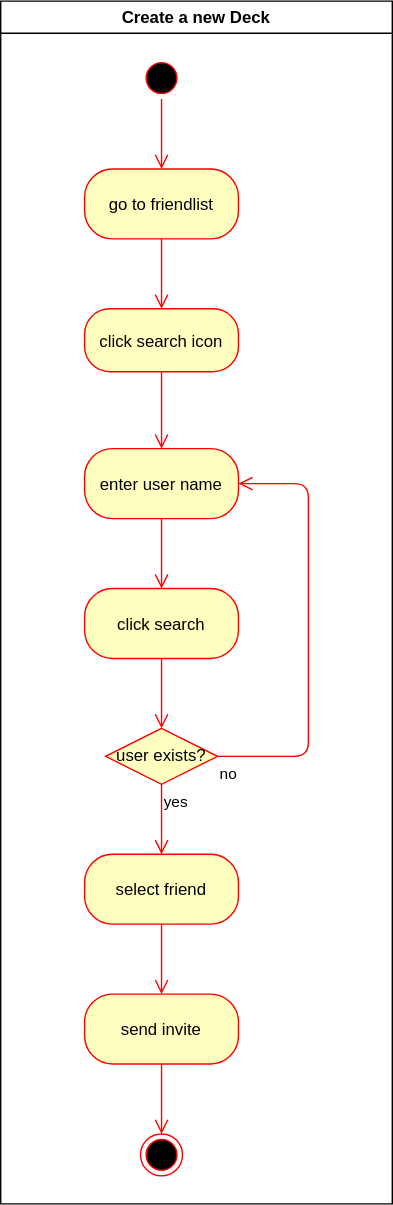
Above: diagrams/activity_invite_friend.drawio.svg in i3ene/decksterous (draw.io), before the change. Source tidied: cells renumbered, new cells last; positions are measured from the earlier drawing's top-left corner, leaving out a move shared by most shapes. Its diagram source:
```xml
<mxGraphModel background="#ffffff">
  <root>
    <mxCell id="0" />
    <mxCell id="1" parent="0" />
    <mxCell id="2" value="Create a new Deck" style="swimlane;whiteSpace=wrap;swimlaneLine=1;" parent="1" vertex="1">
      <mxGeometry width="280" height="860" as="geometry" />
    </mxCell>
    <mxCell id="3" style="ellipse;shape=startState;fillColor=#000000;strokeColor=#ff0000;" parent="2" vertex="1">
      <mxGeometry x="100" y="40" width="30" height="30" as="geometry" />
    </mxCell>
    <mxCell id="4" value="go to friendlist" style="perimeter=rectanglePerimeter;fillColor=#ffffc0;strokeColor=#ff0000;fontColor=#000000;rounded=1;arcSize=40;" parent="2" vertex="1">
      <mxGeometry x="60" y="120" width="110" height="50" as="geometry" />
    </mxCell>
    <mxCell id="5" value="click search icon" style="perimeter=rectanglePerimeter;fillColor=#ffffc0;strokeColor=#ff0000;fontColor=#000000;rounded=1;arcSize=40;" parent="2" vertex="1">
      <mxGeometry x="60" y="220" width="110" height="45" as="geometry" />
    </mxCell>
    <mxCell id="6" value="enter user name" style="perimeter=rectanglePerimeter;fillColor=#ffffc0;strokeColor=#ff0000;fontColor=#000000;rounded=1;arcSize=40;" parent="2" vertex="1">
      <mxGeometry x="60" y="320" width="110" height="50" as="geometry" />
    </mxCell>
    <mxCell id="7" value="select friend" style="perimeter=rectanglePerimeter;fillColor=#ffffc0;strokeColor=#ff0000;fontColor=#000000;rounded=1;arcSize=40;" parent="2" vertex="1">
      <mxGeometry x="60" y="610" width="110" height="50" as="geometry" />
    </mxCell>
    <mxCell id="8" value="send invite" style="perimeter=rectanglePerimeter;fillColor=#ffffc0;strokeColor=#ff0000;fontColor=#000000;rounded=1;arcSize=40;" parent="2" vertex="1">
      <mxGeometry x="60" y="710" width="110" height="50" as="geometry" />
    </mxCell>
    <mxCell id="9" style="edgeStyle=orthogonalEdgeStyle;html=1;align=left;verticalAlign=top;endArrow=open;endSize=8;strokeColor=#ff0000;exitX=0.5;exitY=1;exitDx=0;exitDy=0;entryX=0.5;entryY=0;entryDx=0;entryDy=0;" parent="2" edge="1" source="8" target="14">
      <mxGeometry x="-1" relative="1" as="geometry" />
    </mxCell>
    <mxCell id="10" style="edgeStyle=orthogonalEdgeStyle;html=1;align=left;verticalAlign=top;endArrow=open;endSize=8;strokeColor=#ff0000;entryX=0.5;entryY=0;entryDx=0;entryDy=0;exitX=0.5;exitY=1;exitDx=0;exitDy=0;" parent="2" edge="1" source="6" target="16">
      <mxGeometry x="-1" relative="1" as="geometry" />
    </mxCell>
    <mxCell id="11" style="edgeStyle=orthogonalEdgeStyle;html=1;align=left;verticalAlign=top;endArrow=open;endSize=8;strokeColor=#ff0000;entryX=0.5;entryY=0;entryDx=0;entryDy=0;exitX=0.5;exitY=1;exitDx=0;exitDy=0;" parent="2" edge="1" source="5" target="6">
      <mxGeometry x="-1" relative="1" as="geometry" />
    </mxCell>
    <mxCell id="12" style="edgeStyle=orthogonalEdgeStyle;html=1;align=left;verticalAlign=top;endArrow=open;endSize=8;strokeColor=#ff0000;entryX=0.5;entryY=0;entryDx=0;entryDy=0;" parent="2" edge="1" source="4" target="5">
      <mxGeometry x="-1" relative="1" as="geometry" />
    </mxCell>
    <mxCell id="13" style="edgeStyle=orthogonalEdgeStyle;html=1;align=left;verticalAlign=top;endArrow=open;endSize=8;strokeColor=#ff0000;exitX=0.5;exitY=1;exitDx=0;exitDy=0;entryX=0.5;entryY=0;entryDx=0;entryDy=0;" parent="2" edge="1" source="3" target="4">
      <mxGeometry x="-1" relative="1" as="geometry" />
    </mxCell>
    <mxCell id="14" style="ellipse;html=1;shape=endState;fillColor=#000000;strokeColor=#ff0000;" parent="2" vertex="1">
      <mxGeometry x="100" y="810" width="30" height="30" as="geometry" />
    </mxCell>
    <mxCell id="15" style="edgeStyle=none;html=1;exitX=0.5;exitY=1;exitDx=0;exitDy=0;entryX=0.5;entryY=0;entryDx=0;entryDy=0;endArrow=open;align=left;verticalAlign=top;strokeColor=#ff0000;endSize=8;" parent="2" edge="1" source="16" target="17">
      <mxGeometry relative="1" as="geometry" />
    </mxCell>
    <mxCell id="16" value="click search" style="perimeter=rectanglePerimeter;fillColor=#ffffc0;strokeColor=#ff0000;fontColor=#000000;rounded=1;arcSize=40;" parent="2" vertex="1">
      <mxGeometry x="60" y="420" width="110" height="50" as="geometry" />
    </mxCell>
    <mxCell id="17" value="user exists?" style="rhombus;whiteSpace=wrap;html=1;fillColor=#ffffc0;strokeColor=#ff0000;" parent="2" vertex="1">
      <mxGeometry x="75" y="520" width="80" height="40" as="geometry" />
    </mxCell>
    <mxCell id="18" value="no" style="edgeStyle=orthogonalEdgeStyle;html=1;align=left;verticalAlign=top;endArrow=open;endSize=8;strokeColor=#ff0000;exitX=1;exitY=0.5;exitDx=0;exitDy=0;entryX=1;entryY=0.5;entryDx=0;entryDy=0;" parent="2" edge="1" source="17" target="6">
      <mxGeometry x="-1" relative="1" as="geometry">
        <Array as="points">
          <mxPoint x="220" y="540" />
          <mxPoint x="220" y="345" />
        </Array>
      </mxGeometry>
    </mxCell>
    <mxCell id="19" value="yes" style="edgeStyle=orthogonalEdgeStyle;html=1;align=left;verticalAlign=top;endArrow=open;endSize=8;strokeColor=#ff0000;exitX=0.5;exitY=1;exitDx=0;exitDy=0;entryX=0.5;entryY=0;entryDx=0;entryDy=0;" parent="2" edge="1" source="17" target="7">
      <mxGeometry x="-1" relative="1" as="geometry" />
    </mxCell>
    <mxCell id="20" style="edgeStyle=none;html=1;exitX=0.5;exitY=1;exitDx=0;exitDy=0;entryX=0.5;entryY=0;entryDx=0;entryDy=0;endArrow=open;align=left;verticalAlign=top;strokeColor=#ff0000;endSize=8;" parent="2" edge="1" source="7" target="8">
      <mxGeometry relative="1" as="geometry" />
    </mxCell>
  </root>
</mxGraphModel>
```
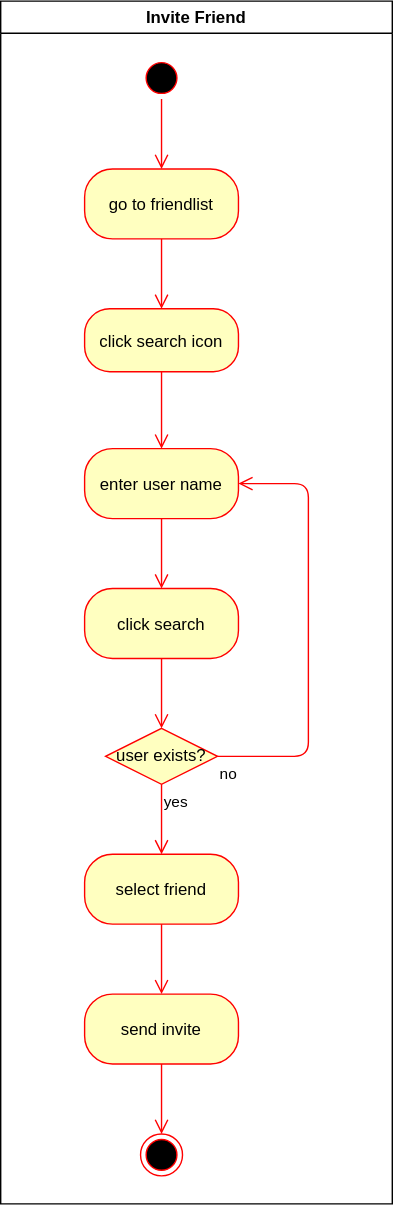
The same diagram one commit later.

Commit message:
Fixed spelling mistake

Change to the diagram source:
```diff
@@ -2,7 +2,7 @@
   <root>
     <mxCell id="0" />
     <mxCell id="1" parent="0" />
-    <mxCell id="2" value="Create a new Deck" style="swimlane;whiteSpace=wrap;swimlaneLine=1;" parent="1" vertex="1">
+    <mxCell id="2" value="Invite Friend" style="swimlane;whiteSpace=wrap;swimlaneLine=1;" parent="1" vertex="1">
       <mxGeometry width="280" height="860" as="geometry" />
     </mxCell>
     <mxCell id="3" style="ellipse;shape=startState;fillColor=#000000;strokeColor=#ff0000;" parent="2" vertex="1">
```
